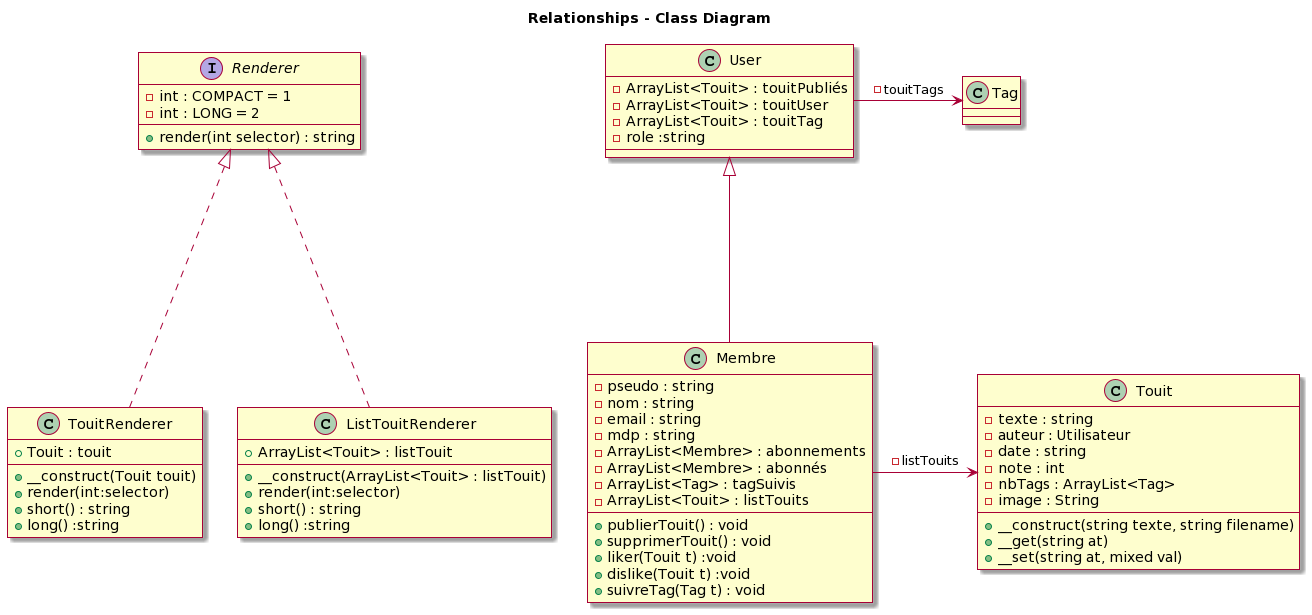
Before: documents/diagramme_classe/diagrammeV1.png, a diagram exported from PlantUML (KillianRD/Touiteur). Source of this version:
```plantuml
@startuml
skin rose

title Relationships - Class Diagram


class Touit {
  -texte : string
  -auteur : Utilisateur
  -date : string
  -note : int
  -nbTags : ArrayList<Tag>
  -image : String
  +__construct(string texte, string filename)
  +__get(string at)
  + __set(string at, mixed val)
}

class User {
- ArrayList<Touit> : touitPubliés
- ArrayList<Touit> : touitUser
- ArrayList<Touit> : touitTag
- role :string
}

class Membre {
- pseudo : string
- nom : string
- email : string
- mdp : string
- ArrayList<Membre> : abonnements
- ArrayList<Membre> : abonnés
- ArrayList<Tag> : tagSuivis
- ArrayList<Touit> : listTouits
+ publierTouit() : void
+ supprimerTouit() : void
+ liker(Touit t) :void
+ dislike(Touit t) :void
+ suivreTag(Tag t) : void
}

interface Renderer {
- int : COMPACT = 1
- int : LONG = 2
+ render(int selector) : string
}

class TouitRenderer {
+ Touit : touit
+ __construct(Touit touit)
+ render(int:selector)
+ short() : string
+ long() :string
}

class ListTouitRenderer {
+ ArrayList<Touit> : listTouit
+ __construct(ArrayList<Touit> : listTouit)
+ render(int:selector)
+ short() : string
+ long() :string
}

class Tag {
}

Membre -right---> Touit : -listTouits
User -right---> Tag: -touitTags
Membre  -up---|> User
TouitRenderer -up-..|> Renderer
ListTouitRenderer -up-..|>Renderer
@enduml
```
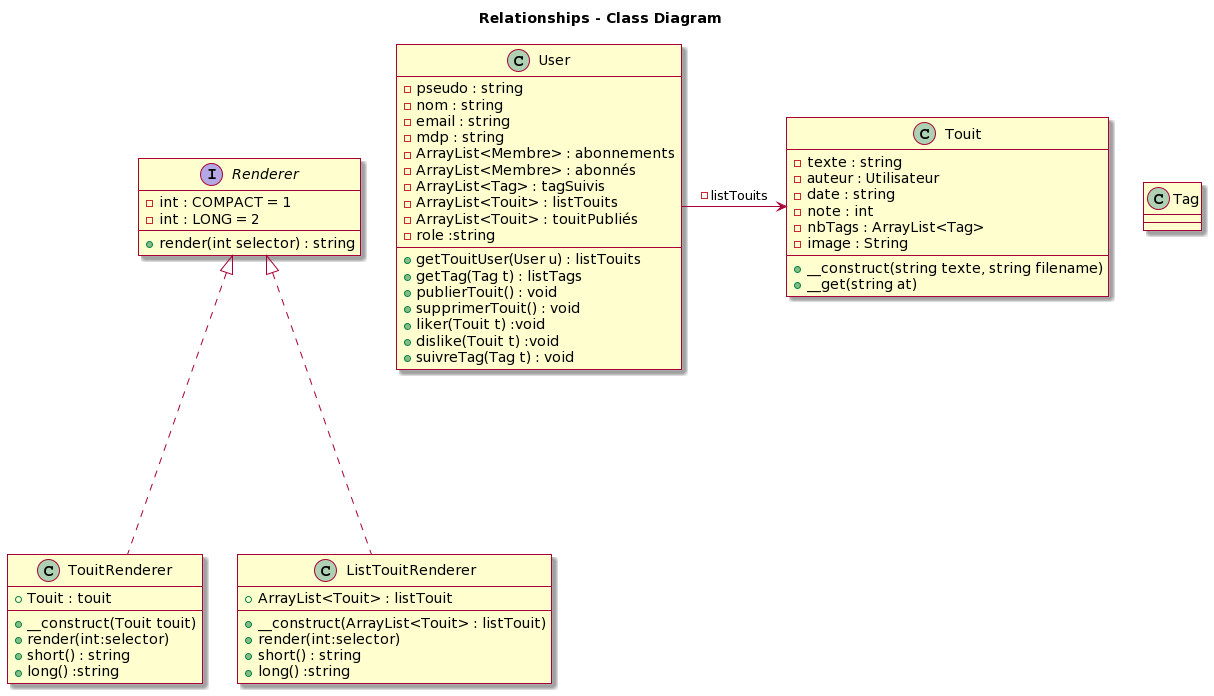
The same file after the commit.

Commit message:
Ajout de la classe User

Change to the diagram source:
```diff
@@ -13,17 +13,10 @@
   -image : String
   +__construct(string texte, string filename)
   +__get(string at)
-  + __set(string at, mixed val)
 }
 
+
 class User {
-- ArrayList<Touit> : touitPubliés
-- ArrayList<Touit> : touitUser
-- ArrayList<Touit> : touitTag
-- role :string
-}
-
-class Membre {
 - pseudo : string
 - nom : string
 - email : string
@@ -32,6 +25,10 @@
 - ArrayList<Membre> : abonnés
 - ArrayList<Tag> : tagSuivis
 - ArrayList<Touit> : listTouits
+- ArrayList<Touit> : touitPubliés
+- role :string
++ getTouitUser(User u) : listTouits
++ getTag(Tag t) : listTags
 + publierTouit() : void
 + supprimerTouit() : void
 + liker(Touit t) :void
@@ -64,9 +61,7 @@
 class Tag {
 }
 
-Membre -right---> Touit : -listTouits
-User -right---> Tag: -touitTags
-Membre  -up---|> User
+User -right---> Touit : -listTouits
 TouitRenderer -up-..|> Renderer
 ListTouitRenderer -up-..|>Renderer
 @enduml
```
